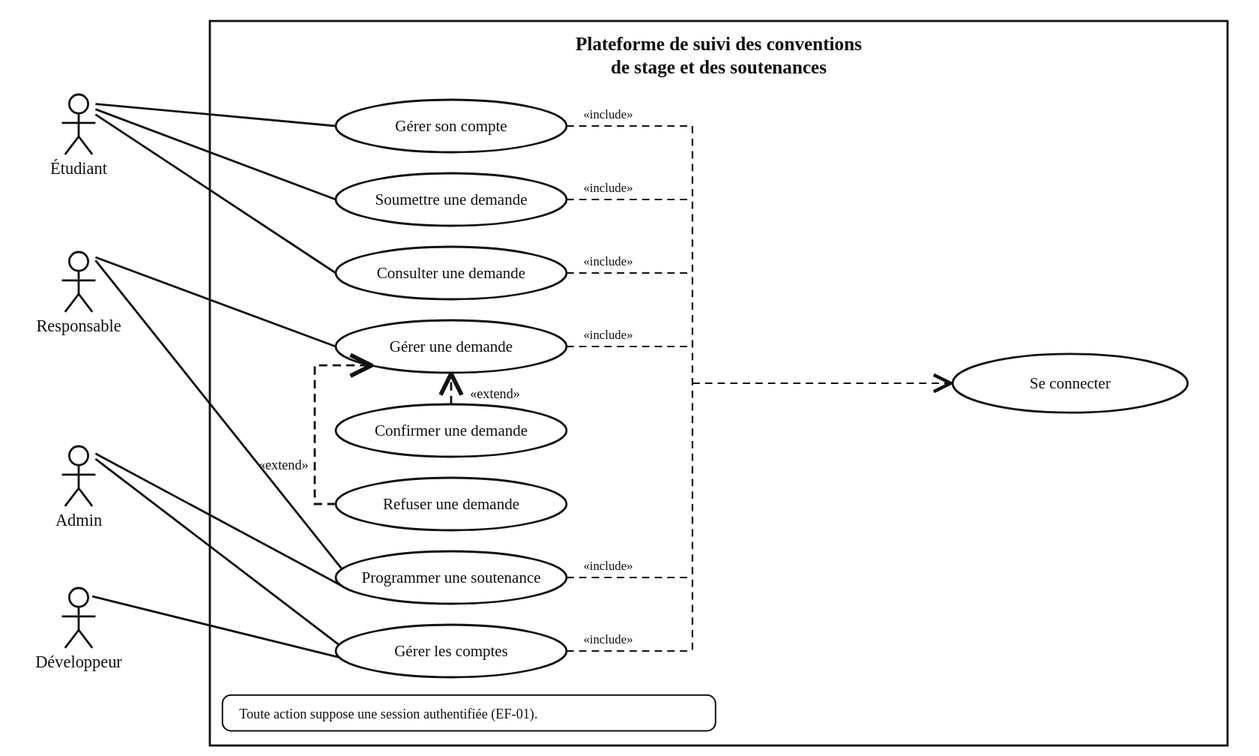
Before: TP3_Modele_donnees/cas_utilisation.svg, a diagram exported from PlantUML (oussouhermaxlouange-dotcom/Projet_Informatique). Its source is kept beside it as TP3_Modele_donnees/cas_utilisation.puml.
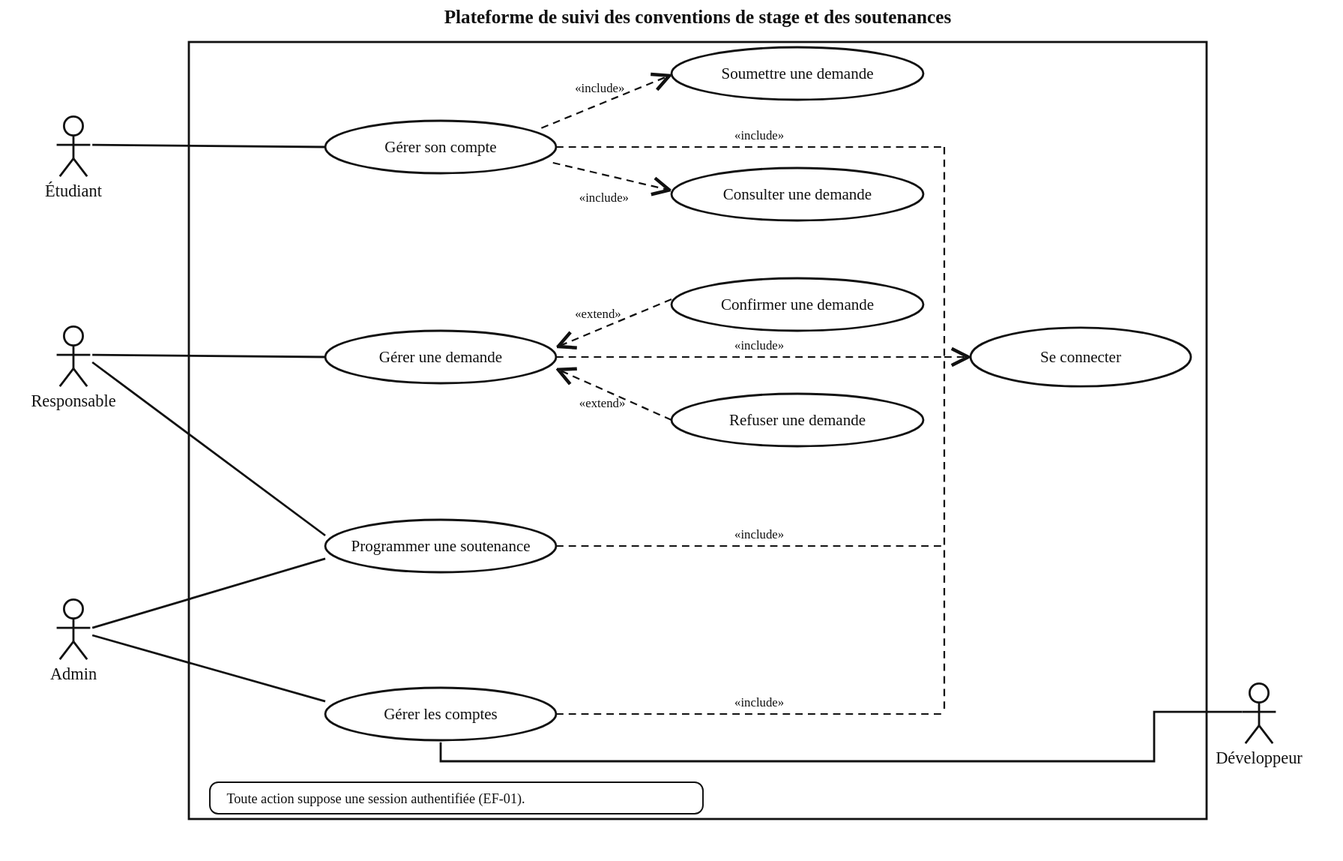
After the change.

Commit message:
Corrige le TP3 : diagramme de cas d'utilisation et rapport

What changed in the source:
```diff
@@ -14,8 +14,8 @@
   actor "Étudiant" as E
   actor "Responsable" as R
   actor "Admin" as A
-  actor "Développeur" as D
 }
+actor "Développeur" as D
 
 rectangle "Plateforme de suivi des conventions\nde stage et des soutenances" {
   usecase "Gérer son compte" as UC1
@@ -30,17 +30,15 @@
 }
 
 E --> UC1
-E --> UC2
-E --> UC3
 R --> UC4
 R --> UC7
 A --> UC8
 A --> UC7
 D --> UC8
 
+UC1 ..> UC2 : <<include>>
+UC1 ..> UC3 : <<include>>
 UC1 ..> UC9 : <<include>>
-UC2 ..> UC9 : <<include>>
-UC3 ..> UC9 : <<include>>
 UC4 ..> UC9 : <<include>>
 UC7 ..> UC9 : <<include>>
 UC8 ..> UC9 : <<include>>
```
